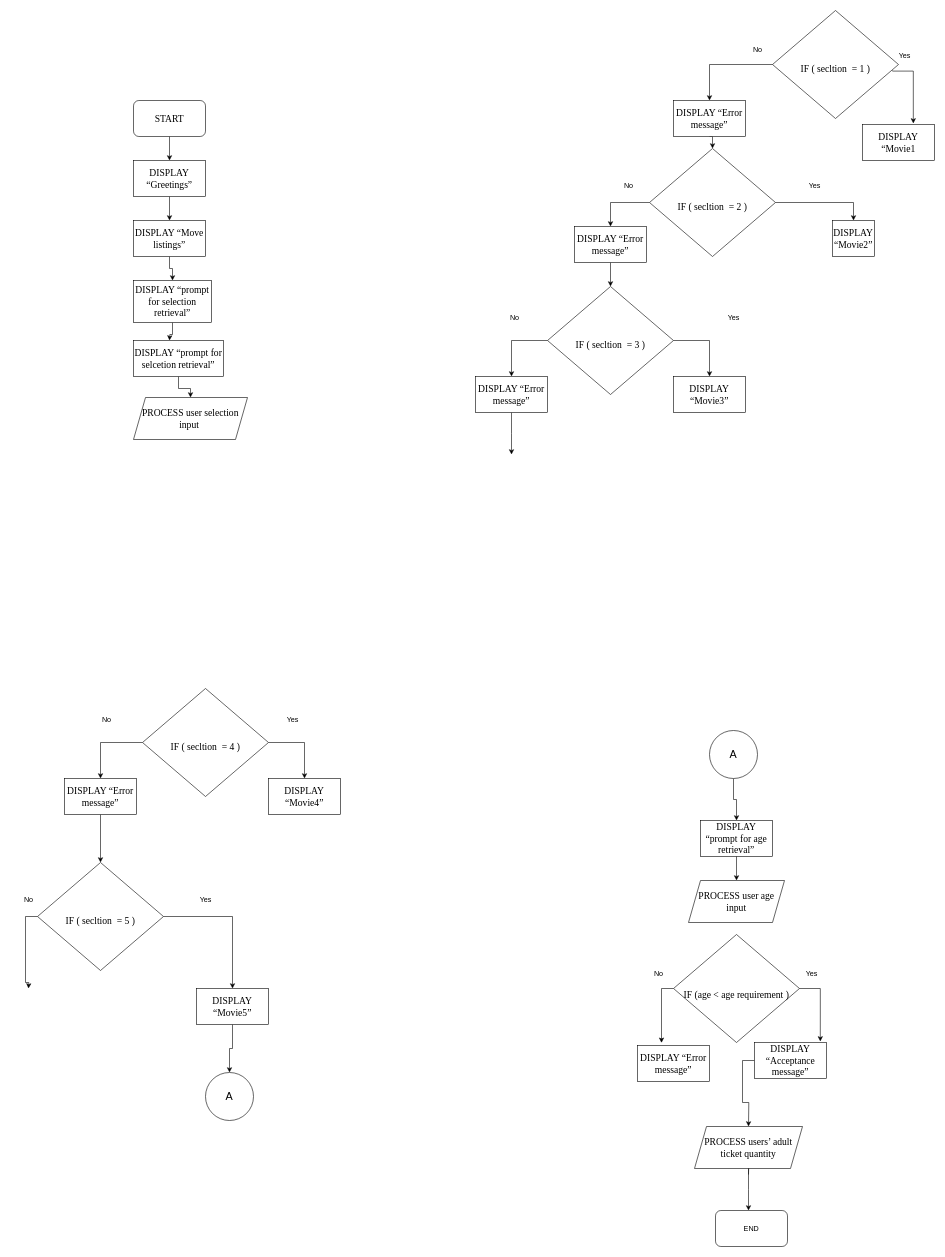
Earlier version of the draw.io diagram page "Page-3" (3 of 3) of Untitled Diagram.drawio (MarvellousO/CMSC-203). Source tidied: cells renumbered, new cells numbered last; positions are measured from the earlier drawing's top-left corner, leaving out a move shared by most shapes. Both pictures are drawn from the tidied source at 60%, with x=0, y=0 at pixel (16, 10).
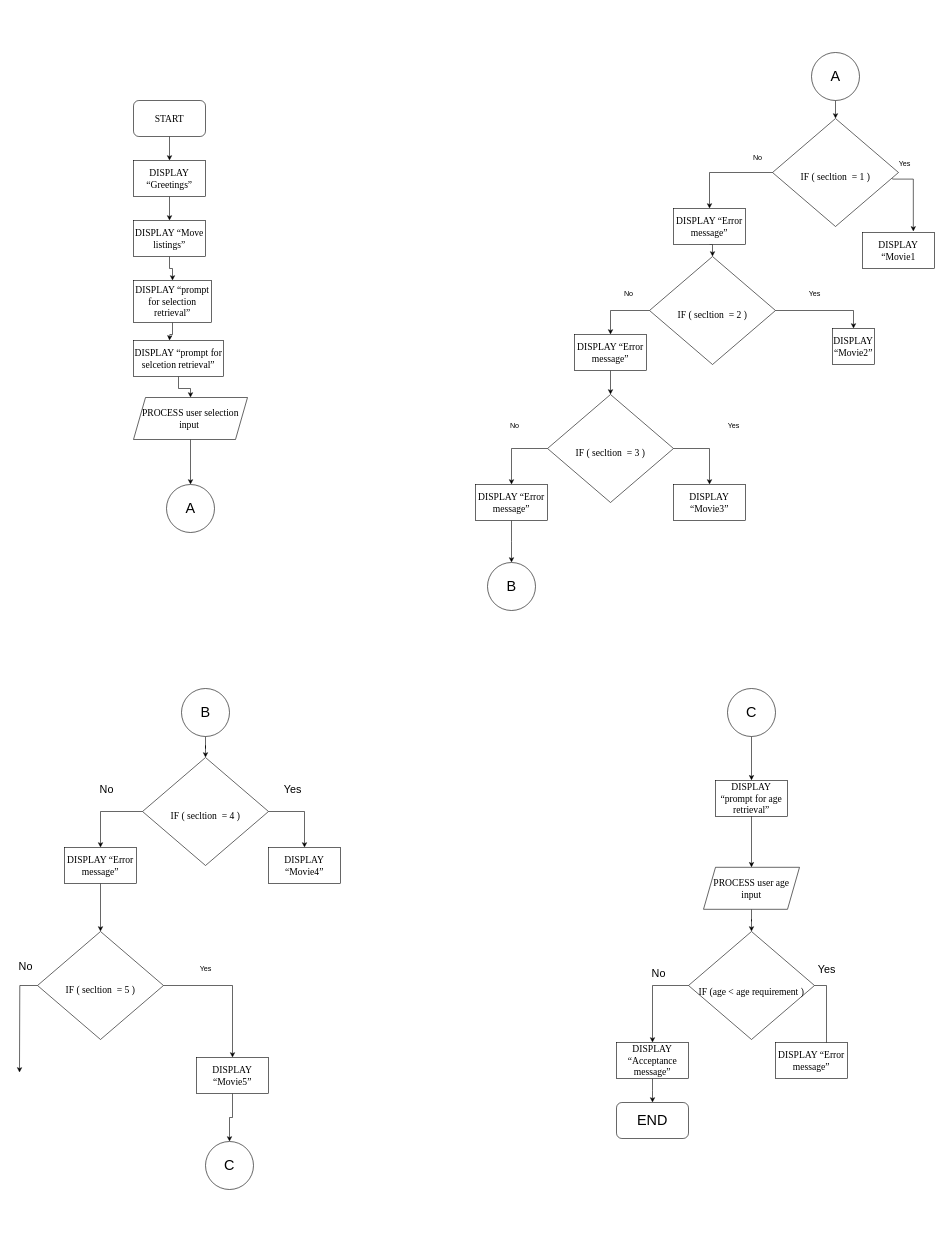
After the change.

Unchanged cells that the change refers to:
```xml
<mxCell id="3" value="&lt;div&gt;&lt;br&gt;&lt;/div&gt;&lt;span style=&quot;font-size:12.0pt;font-family:&amp;quot;Times New Roman&amp;quot;,serif;&lt;br/&gt;mso-fareast-font-family:&amp;quot;Times New Roman&amp;quot;;mso-ansi-language:EN-US;mso-fareast-language:&lt;br/&gt;EN-US;mso-bidi-language:AR-SA&quot;&gt;IF ( secltion&amp;nbsp; = 1 )&lt;/span&gt;" style="rhombus;whiteSpace=wrap;html=1;" parent="2" vertex="1">
  <mxGeometry x="495" y="-10" width="210" height="180" as="geometry" />
</mxCell>
<mxCell id="68" value="&lt;div&gt;&lt;span style=&quot;font-family: &amp;quot;Times New Roman&amp;quot;, serif; font-size: 16px;&quot;&gt;PROCESS user selection input&amp;nbsp;&lt;/span&gt;&lt;br&gt;&lt;/div&gt;" style="shape=parallelogram;perimeter=parallelogramPerimeter;whiteSpace=wrap;html=1;fixedSize=1;" parent="1" vertex="1">
  <mxGeometry x="195" y="645" width="190" height="70" as="geometry" />
</mxCell>
```

The edit, as a diff of the source:
```diff
@@
     <mxCell id="2" style="group;" parent="1" vertex="1">
-      <mxGeometry x="765" y="10" width="765" height="880" as="geometry" />
+      <mxGeometry x="765" y="190" width="765" height="880" as="geometry" />
     </mxCell>
@@
+    <mxCell id="71" value="&lt;font style=&quot;font-size: 24px;&quot;&gt;B&lt;/font&gt;" style="ellipse;whiteSpace=wrap;html=1;" parent="2" vertex="1">
+      <mxGeometry x="20" y="730" width="80" height="80" as="geometry" />
+    </mxCell>
-    <mxCell id="27" value="&lt;font style=&quot;font-size: 18px;&quot;&gt;A&lt;/font&gt;" style="ellipse;whiteSpace=wrap;html=1;" parent="1" vertex="1">
-      <mxGeometry x="315" y="1770" width="80" height="80" as="geometry" />
+    <mxCell id="27" value="&lt;font style=&quot;font-size: 24px;&quot;&gt;C&lt;/font&gt;" style="ellipse;whiteSpace=wrap;html=1;" parent="1" vertex="1">
+      <mxGeometry x="315" y="1885" width="80" height="80" as="geometry" />
     </mxCell>
@@
     <mxCell id="30" value="&lt;div&gt;&lt;br&gt;&lt;/div&gt;&lt;span style=&quot;font-size:12.0pt;font-family:&amp;quot;Times New Roman&amp;quot;,serif;&lt;br/&gt;mso-fareast-font-family:&amp;quot;Times New Roman&amp;quot;;mso-ansi-language:EN-US;mso-fareast-language:&lt;br/&gt;EN-US;mso-bidi-language:AR-SA&quot;&gt;IF ( secltion&amp;nbsp; = 4&lt;/span&gt;&lt;span style=&quot;font-size:12.0pt;font-family:&amp;quot;Times New Roman&amp;quot;,serif;&lt;br/&gt;mso-fareast-font-family:&amp;quot;Times New Roman&amp;quot;;mso-ansi-language:EN-US;mso-fareast-language:&lt;br/&gt;EN-US;mso-bidi-language:AR-SA&quot;&gt;&amp;nbsp;)&lt;/span&gt;" style="rhombus;whiteSpace=wrap;html=1;" parent="1" vertex="1">
-      <mxGeometry x="210" y="1130" width="210" height="180" as="geometry" />
+      <mxGeometry x="210" y="1245" width="210" height="180" as="geometry" />
     </mxCell>
-    <mxCell id="31" style="edgeStyle=orthogonalEdgeStyle;rounded=0;jettySize=auto;html=1;exitX=0;exitY=0.5;exitDx=0;exitDy=0;entryX=0.5;entryY=0;entryDx=0;entryDy=0;" parent="1" edge="1" source="33">
-      <mxGeometry relative="1" as="geometry">
-        <mxPoint x="20" y="1630" as="targetPoint" />
-      </mxGeometry>
-    </mxCell>
@@
+    <mxCell id="72" style="edgeStyle=orthogonalEdgeStyle;rounded=0;jettySize=auto;html=1;exitX=0;exitY=0.5;exitDx=0;exitDy=0;" parent="1" edge="1" source="33">
+      <mxGeometry relative="1" as="geometry">
+        <mxPoint x="5" y="1770" as="targetPoint" />
+      </mxGeometry>
+    </mxCell>
     <mxCell id="33" value="&lt;div&gt;&lt;br&gt;&lt;/div&gt;&lt;span style=&quot;font-size:12.0pt;font-family:&amp;quot;Times New Roman&amp;quot;,serif;&lt;br/&gt;mso-fareast-font-family:&amp;quot;Times New Roman&amp;quot;;mso-ansi-language:EN-US;mso-fareast-language:&lt;br/&gt;EN-US;mso-bidi-language:AR-SA&quot;&gt;IF ( secltion&amp;nbsp; = 5&lt;/span&gt;&lt;span style=&quot;font-size:12.0pt;font-family:&amp;quot;Times New Roman&amp;quot;,serif;&lt;br/&gt;mso-fareast-font-family:&amp;quot;Times New Roman&amp;quot;;mso-ansi-language:EN-US;mso-fareast-language:&lt;br/&gt;EN-US;mso-bidi-language:AR-SA&quot;&gt;&amp;nbsp;)&lt;/span&gt;" style="rhombus;whiteSpace=wrap;html=1;" parent="1" vertex="1">
-      <mxGeometry x="35" y="1420" width="210" height="180" as="geometry" />
+      <mxGeometry x="35" y="1535" width="210" height="180" as="geometry" />
     </mxCell>
@@
     <mxCell id="35" value="&lt;span style=&quot;font-size:12.0pt;font-family:&amp;quot;Times New Roman&amp;quot;,serif;&lt;br/&gt;mso-fareast-font-family:&amp;quot;Times New Roman&amp;quot;;mso-ansi-language:EN-US;mso-fareast-language:&lt;br/&gt;EN-US;mso-bidi-language:AR-SA&quot;&gt;DISPLAY “Error message”&lt;/span&gt;" style="rounded=0;whiteSpace=wrap;html=1;" parent="1" vertex="1">
-      <mxGeometry x="80" y="1280" width="120" height="60" as="geometry" />
+      <mxGeometry x="80" y="1395" width="120" height="60" as="geometry" />
     </mxCell>
     <mxCell id="36" value="&lt;span style=&quot;font-size:12.0pt;font-family:&amp;quot;Times New Roman&amp;quot;,serif;&lt;br/&gt;mso-fareast-font-family:&amp;quot;Times New Roman&amp;quot;;mso-ansi-language:EN-US;mso-fareast-language:&lt;br/&gt;EN-US;mso-bidi-language:AR-SA&quot;&gt;DISPLAY “&lt;/span&gt;&lt;span style=&quot;font-family: &amp;quot;Times New Roman&amp;quot;, serif; font-size: 16px;&quot;&gt;Movie4&lt;/span&gt;&lt;span style=&quot;font-size:12.0pt;font-family:&amp;quot;Times New Roman&amp;quot;,serif;&lt;br/&gt;mso-fareast-font-family:&amp;quot;Times New Roman&amp;quot;;mso-ansi-language:EN-US;mso-fareast-language:&lt;br/&gt;EN-US;mso-bidi-language:AR-SA&quot;&gt;”&lt;/span&gt;" style="rounded=0;whiteSpace=wrap;html=1;" parent="1" vertex="1">
-      <mxGeometry x="420" y="1280" width="120" height="60" as="geometry" />
+      <mxGeometry x="420" y="1395" width="120" height="60" as="geometry" />
     </mxCell>
@@
     <mxCell id="38" value="&lt;span style=&quot;font-size:12.0pt;font-family:&amp;quot;Times New Roman&amp;quot;,serif;&lt;br/&gt;mso-fareast-font-family:&amp;quot;Times New Roman&amp;quot;;mso-ansi-language:EN-US;mso-fareast-language:&lt;br/&gt;EN-US;mso-bidi-language:AR-SA&quot;&gt;DISPLAY “&lt;/span&gt;&lt;span style=&quot;font-family: &amp;quot;Times New Roman&amp;quot;, serif; font-size: 16px;&quot;&gt;Movie5&lt;/span&gt;&lt;span style=&quot;font-size:12.0pt;font-family:&amp;quot;Times New Roman&amp;quot;,serif;&lt;br/&gt;mso-fareast-font-family:&amp;quot;Times New Roman&amp;quot;;mso-ansi-language:EN-US;mso-fareast-language:&lt;br/&gt;EN-US;mso-bidi-language:AR-SA&quot;&gt;”&lt;/span&gt;" style="rounded=0;whiteSpace=wrap;html=1;" parent="1" vertex="1">
-      <mxGeometry x="300" y="1630" width="120" height="60" as="geometry" />
+      <mxGeometry x="300" y="1745" width="120" height="60" as="geometry" />
     </mxCell>
-    <mxCell id="39" value="No" style="text;html=1;align=center;verticalAlign=middle;strokeColor=none;fillColor=none;" parent="1" vertex="1">
-      <mxGeometry x="130" y="1168" width="40" height="30" as="geometry" />
+    <mxCell id="39" value="&lt;font style=&quot;font-size: 18px;&quot;&gt;No&lt;/font&gt;" style="text;html=1;align=center;verticalAlign=middle;strokeColor=none;fillColor=none;" parent="1" vertex="1">
+      <mxGeometry x="125" y="1278" width="50" height="40" as="geometry" />
     </mxCell>
-    <mxCell id="40" value="No" style="text;html=1;align=center;verticalAlign=middle;strokeColor=none;fillColor=none;" parent="1" vertex="1">
-      <mxGeometry y="1468" width="40" height="30" as="geometry" />
-    </mxCell>
-    <mxCell id="41" value="Yes" style="text;html=1;align=center;verticalAlign=middle;strokeColor=none;fillColor=none;" parent="1" vertex="1">
-      <mxGeometry x="440" y="1168" width="40" height="30" as="geometry" />
+    <mxCell id="41" value="&lt;font style=&quot;font-size: 18px;&quot;&gt;Yes&lt;/font&gt;" style="text;html=1;align=center;verticalAlign=middle;strokeColor=none;fillColor=none;" parent="1" vertex="1">
+      <mxGeometry x="435" y="1278" width="50" height="40" as="geometry" />
     </mxCell>
     <mxCell id="42" value="Yes" style="text;html=1;align=center;verticalAlign=middle;strokeColor=none;fillColor=none;" parent="1" vertex="1">
-      <mxGeometry x="295" y="1468" width="40" height="30" as="geometry" />
+      <mxGeometry x="295" y="1583" width="40" height="30" as="geometry" />
     </mxCell>
-    <mxCell id="43" style="edgeStyle=orthogonalEdgeStyle;rounded=0;jettySize=auto;html=1;exitX=0;exitY=0.5;exitDx=0;exitDy=0;" parent="1" edge="1" source="44">
-      <mxGeometry relative="1" as="geometry">
-        <mxPoint x="1075" y="1720" as="targetPoint" />
-      </mxGeometry>
-    </mxCell>
+    <mxCell id="73" style="edgeStyle=orthogonalEdgeStyle;rounded=0;jettySize=auto;html=1;exitX=1;exitY=0.5;exitDx=0;exitDy=0;" parent="1" edge="1" source="44" target="47">
+      <mxGeometry relative="1" as="geometry" />
+    </mxCell>
     <mxCell id="44" value="&lt;div&gt;&lt;span style=&quot;font-size:12.0pt;font-family:&amp;quot;Times New Roman&amp;quot;,serif;&lt;br/&gt;mso-fareast-font-family:&amp;quot;Times New Roman&amp;quot;;mso-ansi-language:EN-US;mso-fareast-language:&lt;br/&gt;EN-US;mso-bidi-language:AR-SA&quot;&gt;&lt;br&gt;&lt;/span&gt;&lt;/div&gt;&lt;span style=&quot;font-size:12.0pt;font-family:&amp;quot;Times New Roman&amp;quot;,serif;&lt;br/&gt;mso-fareast-font-family:&amp;quot;Times New Roman&amp;quot;;mso-ansi-language:EN-US;mso-fareast-language:&lt;br/&gt;EN-US;mso-bidi-language:AR-SA&quot;&gt;IF (age &amp;lt; age requirement )&lt;/span&gt;" style="rhombus;whiteSpace=wrap;html=1;" parent="1" vertex="1">
-      <mxGeometry x="1095" y="1540" width="210" height="180" as="geometry" />
+      <mxGeometry x="1120" y="1535" width="210" height="180" as="geometry" />
     </mxCell>
-    <mxCell id="45" style="edgeStyle=orthogonalEdgeStyle;rounded=0;jettySize=auto;html=1;exitX=0.5;exitY=1;exitDx=0;exitDy=0;" parent="1" edge="1" source="46" target="55">
-      <mxGeometry relative="1" as="geometry" />
-    </mxCell>
+    <mxCell id="74" style="edgeStyle=orthogonalEdgeStyle;rounded=0;jettySize=auto;html=1;exitX=0.5;exitY=1;exitDx=0;exitDy=0;" parent="1" edge="1" source="46" target="30">
+      <mxGeometry relative="1" as="geometry" />
+    </mxCell>
-    <mxCell id="46" value="&lt;font style=&quot;font-size: 18px;&quot;&gt;A&lt;/font&gt;" style="ellipse;whiteSpace=wrap;html=1;" parent="1" vertex="1">
-      <mxGeometry x="1155" y="1200" width="80" height="80" as="geometry" />
+    <mxCell id="46" value="&lt;font style=&quot;font-size: 24px;&quot;&gt;B&lt;/font&gt;" style="ellipse;whiteSpace=wrap;html=1;" parent="1" vertex="1">
+      <mxGeometry x="275" y="1130" width="80" height="80" as="geometry" />
     </mxCell>
     <mxCell id="47" value="&lt;span style=&quot;font-size:12.0pt;font-family:&amp;quot;Times New Roman&amp;quot;,serif;&lt;br/&gt;mso-fareast-font-family:&amp;quot;Times New Roman&amp;quot;;mso-ansi-language:EN-US;mso-fareast-language:&lt;br/&gt;EN-US;mso-bidi-language:AR-SA&quot;&gt;DISPLAY “Error message”&lt;/span&gt;" style="rounded=0;whiteSpace=wrap;html=1;" parent="1" vertex="1">
-      <mxGeometry x="1035" y="1725" width="120" height="60" as="geometry" />
+      <mxGeometry x="1265" y="1720" width="120" height="60" as="geometry" />
     </mxCell>
-    <mxCell id="48" style="edgeStyle=orthogonalEdgeStyle;rounded=0;jettySize=auto;html=1;" parent="1" edge="1" source="49">
-      <mxGeometry relative="1" as="geometry">
-        <mxPoint x="1220" y="1860" as="targetPoint" />
-      </mxGeometry>
-    </mxCell>
-    <mxCell id="49" value="&lt;span style=&quot;font-size:12.0pt;font-family:&amp;quot;Times New Roman&amp;quot;,serif;&lt;br/&gt;mso-fareast-font-family:&amp;quot;Times New Roman&amp;quot;;mso-ansi-language:EN-US;mso-fareast-language:&lt;br/&gt;EN-US;mso-bidi-language:AR-SA&quot;&gt;DISPLAY “Acceptance message”&lt;/span&gt;" style="rounded=0;whiteSpace=wrap;html=1;" parent="1" vertex="1">
-      <mxGeometry x="1230" y="1720" width="120" height="60" as="geometry" />
-    </mxCell>
-    <mxCell id="50" style="edgeStyle=orthogonalEdgeStyle;rounded=0;jettySize=auto;html=1;exitX=1;exitY=0.5;exitDx=0;exitDy=0;entryX=0.914;entryY=-0.028;entryDx=0;entryDy=0;entryPerimeter=0;" parent="1" edge="1" source="44" target="49">
-      <mxGeometry relative="1" as="geometry" />
-    </mxCell>
-    <mxCell id="51" value="No" style="text;html=1;align=center;verticalAlign=middle;strokeColor=none;fillColor=none;" parent="1" vertex="1">
-      <mxGeometry x="1050" y="1590" width="40" height="30" as="geometry" />
+    <mxCell id="51" value="&lt;font style=&quot;font-size: 18px;&quot;&gt;No&lt;/font&gt;" style="text;html=1;align=center;verticalAlign=middle;strokeColor=none;fillColor=none;" parent="1" vertex="1">
+      <mxGeometry x="1045" y="1585" width="50" height="40" as="geometry" />
     </mxCell>
-    <mxCell id="52" value="Yes" style="text;html=1;align=center;verticalAlign=middle;strokeColor=none;fillColor=none;" parent="1" vertex="1">
-      <mxGeometry x="1305" y="1590" width="40" height="30" as="geometry" />
+    <mxCell id="52" value="&lt;font style=&quot;font-size: 18px;&quot;&gt;Yes&lt;/font&gt;" style="text;html=1;align=center;verticalAlign=middle;strokeColor=none;fillColor=none;" parent="1" vertex="1">
+      <mxGeometry x="1325" y="1578" width="50" height="40" as="geometry" />
     </mxCell>
-    <mxCell id="53" style="edgeStyle=orthogonalEdgeStyle;rounded=0;jettySize=auto;html=1;exitX=0.5;exitY=1;exitDx=0;exitDy=0;" parent="1" edge="1" target="54">
-      <mxGeometry relative="1" as="geometry">
-        <mxPoint x="1220" y="1940" as="sourcePoint" />
-      </mxGeometry>
-    </mxCell>
-    <mxCell id="54" value="&lt;span style=&quot;font-size:12.0pt;font-family:&amp;quot;Times New Roman&amp;quot;,serif;&lt;br/&gt;mso-fareast-font-family:&amp;quot;Times New Roman&amp;quot;;mso-ansi-language:EN-US;mso-fareast-language:&lt;br/&gt;EN-US;mso-bidi-language:AR-SA&quot;&gt;PROCESS users’ adult ticket quantity&lt;/span&gt;" style="shape=parallelogram;perimeter=parallelogramPerimeter;whiteSpace=wrap;html=1;fixedSize=1;" parent="1" vertex="1">
-      <mxGeometry x="1130" y="1860" width="180" height="70" as="geometry" />
-    </mxCell>
     <mxCell id="55" value="&lt;span style=&quot;font-size:12.0pt;font-family:&amp;quot;Times New Roman&amp;quot;,serif;&lt;br/&gt;mso-fareast-font-family:&amp;quot;Times New Roman&amp;quot;;mso-ansi-language:EN-US;mso-fareast-language:&lt;br/&gt;EN-US;mso-bidi-language:AR-SA&quot;&gt;DISPLAY “prompt for age retrieval”&lt;/span&gt;" style="whiteSpace=wrap;html=1;" parent="1" vertex="1">
-      <mxGeometry x="1140" y="1350" width="120" height="60" as="geometry" />
+      <mxGeometry x="1165" y="1283" width="120" height="60" as="geometry" />
     </mxCell>
+    <mxCell id="75" style="edgeStyle=orthogonalEdgeStyle;rounded=0;jettySize=auto;html=1;exitX=0.5;exitY=1;exitDx=0;exitDy=0;" parent="1" edge="1" source="56" target="44">
+      <mxGeometry relative="1" as="geometry" />
+    </mxCell>
     <mxCell id="56" value="&lt;span style=&quot;font-size:12.0pt;font-family:&amp;quot;Times New Roman&amp;quot;,serif;&lt;br/&gt;mso-fareast-font-family:&amp;quot;Times New Roman&amp;quot;;mso-ansi-language:EN-US;mso-fareast-language:&lt;br/&gt;EN-US;mso-bidi-language:AR-SA&quot;&gt;PROCESS user age input&lt;/span&gt;" style="shape=parallelogram;perimeter=parallelogramPerimeter;whiteSpace=wrap;html=1;fixedSize=1;" parent="1" vertex="1">
-      <mxGeometry x="1120" y="1450" width="160" height="70" as="geometry" />
+      <mxGeometry x="1145" y="1428" width="160" height="70" as="geometry" />
     </mxCell>
@@
-    <mxCell id="58" value="END" style="rounded=1;whiteSpace=wrap;html=1;" parent="1" vertex="1">
-      <mxGeometry x="1165" y="2000" width="120" height="60" as="geometry" />
+    <mxCell id="58" value="&lt;font style=&quot;font-size: 24px;&quot;&gt;END&lt;/font&gt;" style="rounded=1;whiteSpace=wrap;html=1;" parent="1" vertex="1">
+      <mxGeometry x="1000" y="1820" width="120" height="60" as="geometry" />
     </mxCell>
-    <mxCell id="59" style="edgeStyle=orthogonalEdgeStyle;rounded=0;jettySize=auto;html=1;exitX=0.5;exitY=1;exitDx=0;exitDy=0;" parent="1" edge="1" source="54">
-      <mxGeometry relative="1" as="geometry">
-        <mxPoint x="1220" y="2000" as="targetPoint" />
-      </mxGeometry>
-    </mxCell>
@@
+    <mxCell id="76" style="edgeStyle=orthogonalEdgeStyle;rounded=0;jettySize=auto;html=1;exitX=0.5;exitY=1;exitDx=0;exitDy=0;entryX=0.5;entryY=0;entryDx=0;entryDy=0;" parent="1" edge="1" source="68" target="78">
+      <mxGeometry relative="1" as="geometry" />
+    </mxCell>
@@
+    <mxCell id="50" style="edgeStyle=orthogonalEdgeStyle;rounded=0;jettySize=auto;html=1;exitX=0;exitY=0.5;exitDx=0;exitDy=0;" parent="1" edge="1" source="44" target="49">
+      <mxGeometry relative="1" as="geometry" />
+    </mxCell>
+    <mxCell id="77" style="edgeStyle=orthogonalEdgeStyle;rounded=0;jettySize=auto;html=1;exitX=0.5;exitY=1;exitDx=0;exitDy=0;" parent="1" edge="1" source="49">
+      <mxGeometry relative="1" as="geometry">
+        <mxPoint x="1060" y="1820" as="targetPoint" />
+      </mxGeometry>
+    </mxCell>
+    <mxCell id="49" value="&lt;span style=&quot;font-size:12.0pt;font-family:&amp;quot;Times New Roman&amp;quot;,serif;&lt;br/&gt;mso-fareast-font-family:&amp;quot;Times New Roman&amp;quot;;mso-ansi-language:EN-US;mso-fareast-language:&lt;br/&gt;EN-US;mso-bidi-language:AR-SA&quot;&gt;DISPLAY “Acceptance message”&lt;/span&gt;" style="rounded=0;whiteSpace=wrap;html=1;" parent="1" vertex="1">
+      <mxGeometry x="1000" y="1720" width="120" height="60" as="geometry" />
+    </mxCell>
+    <mxCell id="78" value="&lt;font style=&quot;font-size: 24px;&quot;&gt;A&lt;/font&gt;" style="ellipse;whiteSpace=wrap;html=1;" parent="1" vertex="1">
+      <mxGeometry x="250" y="790" width="80" height="80" as="geometry" />
+    </mxCell>
+    <mxCell id="79" style="edgeStyle=orthogonalEdgeStyle;rounded=0;jettySize=auto;html=1;exitX=0.5;exitY=1;exitDx=0;exitDy=0;entryX=0.5;entryY=0;entryDx=0;entryDy=0;" parent="1" edge="1" source="80" target="3">
+      <mxGeometry relative="1" as="geometry" />
+    </mxCell>
+    <mxCell id="80" value="&lt;font style=&quot;font-size: 24px;&quot;&gt;A&lt;/font&gt;" style="ellipse;whiteSpace=wrap;html=1;" parent="1" vertex="1">
+      <mxGeometry x="1325" y="70" width="80" height="80" as="geometry" />
+    </mxCell>
+    <mxCell id="81" style="edgeStyle=orthogonalEdgeStyle;rounded=0;jettySize=auto;html=1;exitX=0.5;exitY=1;exitDx=0;exitDy=0;" parent="1" edge="1" source="82" target="55">
+      <mxGeometry relative="1" as="geometry" />
+    </mxCell>
+    <mxCell id="82" value="&lt;font style=&quot;font-size: 24px;&quot;&gt;C&lt;/font&gt;" style="ellipse;whiteSpace=wrap;html=1;" parent="1" vertex="1">
+      <mxGeometry x="1185" y="1130" width="80" height="80" as="geometry" />
+    </mxCell>
+    <mxCell id="40" value="&lt;font style=&quot;font-size: 18px;&quot;&gt;No&lt;/font&gt;" style="text;html=1;align=center;verticalAlign=middle;strokeColor=none;fillColor=none;" parent="1" vertex="1">
+      <mxGeometry x="-10" y="1573" width="50" height="40" as="geometry" />
+    </mxCell>
```
